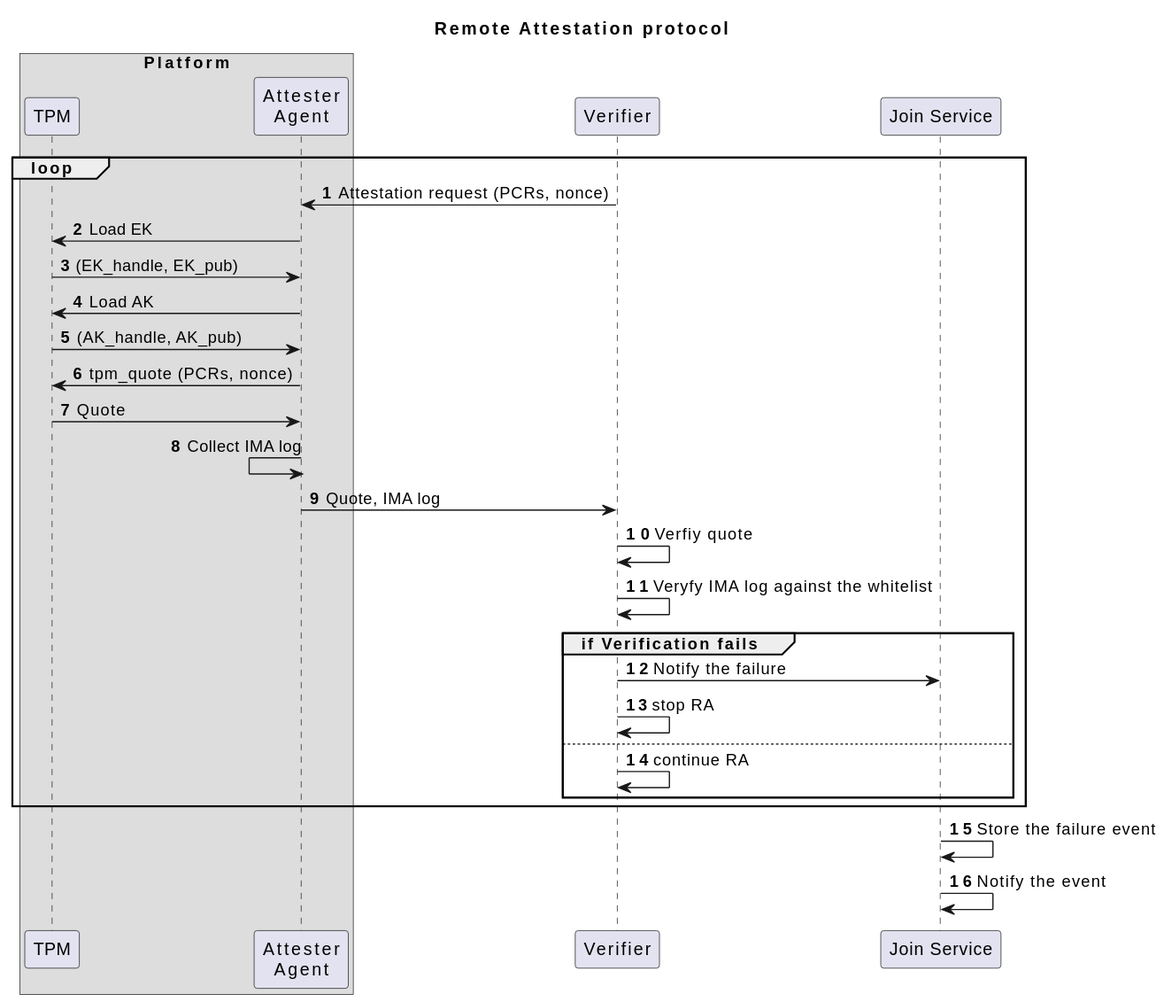
Before: docs/protocols/remote_attestation.svg, a diagram exported from PlantUML (Cybersecurity-LINKS/embrave).
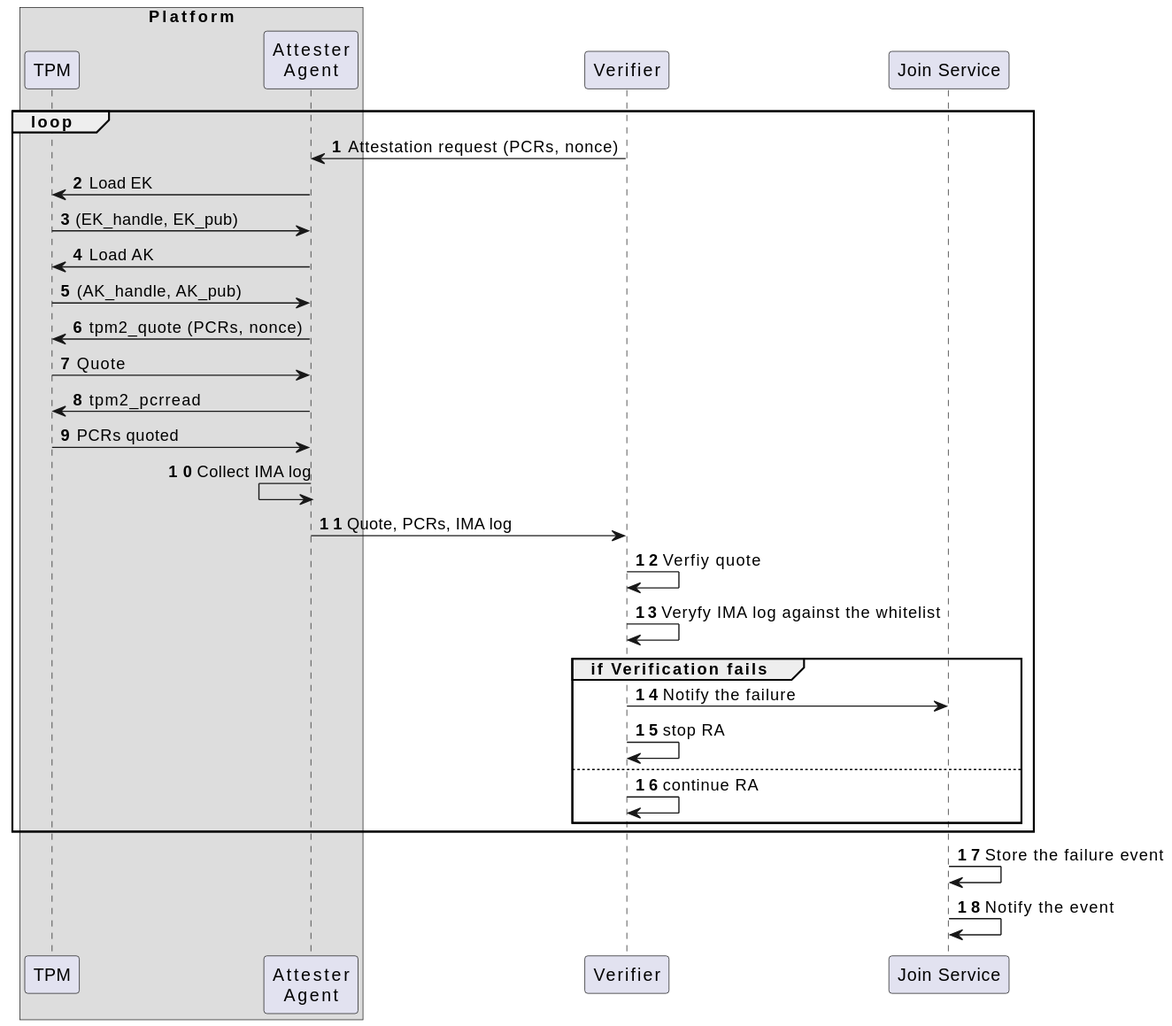
Above is the later version.

Commit message:
docs: modified join and ra protocols diagrams

The edit, as a diff of the source:
```diff
@@ -1,7 +1,4 @@
 @startuml
-title
-Remote Attestation protocol
-end title
 
 autonumber
 
@@ -18,10 +15,12 @@
 TPM->attester_agent: (EK_handle, EK_pub)
 attester_agent->TPM: Load AK
 TPM->attester_agent: (AK_handle, AK_pub)
-attester_agent->TPM: tpm_quote (PCRs, nonce)
+attester_agent->TPM: tpm2_quote (PCRs, nonce)
 TPM->attester_agent: Quote
+attester_agent->TPM: tpm2_pcrread
+TPM->attester_agent: PCRs quoted
 attester_agent<-attester_agent: Collect IMA log
-attester_agent->verifier: Quote, IMA log
+attester_agent->verifier: Quote, PCRs, IMA log
 verifier->verifier: Verfiy quote
 verifier->verifier: Veryfy IMA log against the whitelist
 group if Verification fails
```
